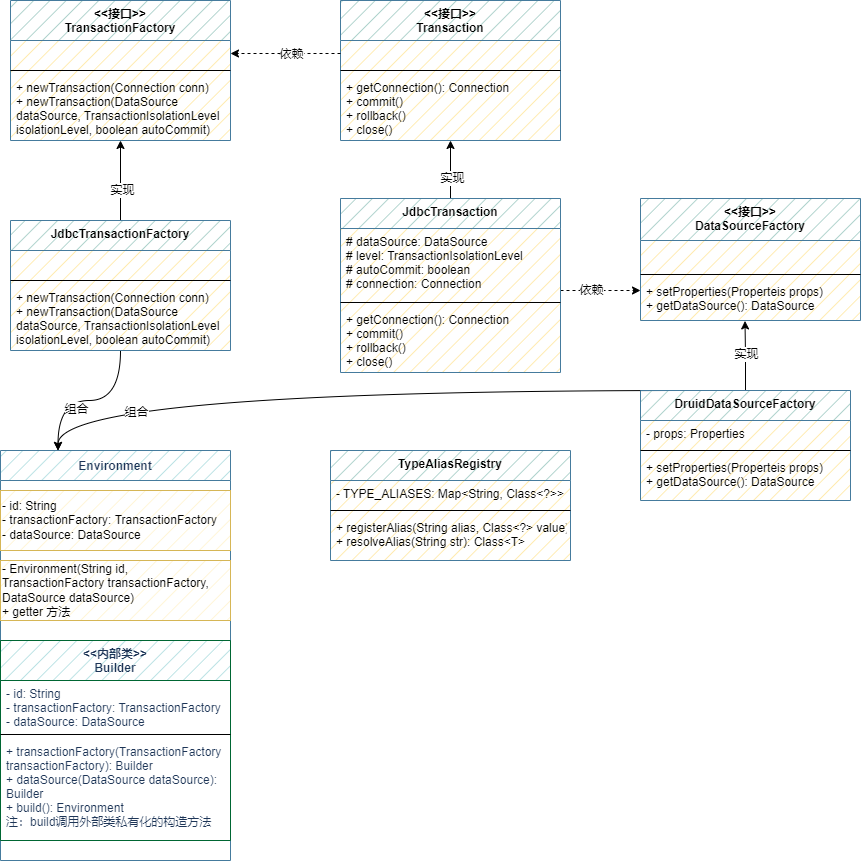
The draw.io diagram wzz-mybatis/mybatis-step04-解析数据源并获取连接.drawio.png in wsxzei/markdown-photos, before a commit. Source tidied: cells renumbered, new cells last; positions are measured from the earlier drawing's top-left corner, leaving out a move shared by most shapes.
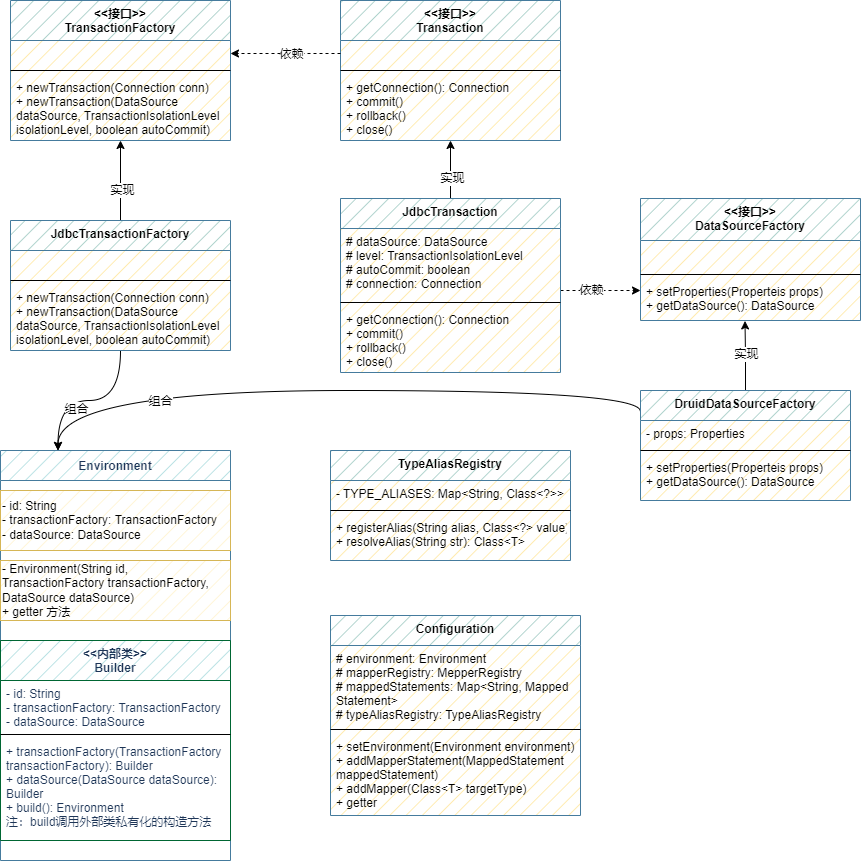
Later version of the same file.

Commit message:
更新mybatis-step04-解析数据源并获取连接.drawio.png

Change to the diagram source:
```diff
@@ -107,15 +107,18 @@
         <mxPoint y="-11" as="offset" />
       </mxGeometry>
     </mxCell>
-    <mxCell id="34" style="edgeStyle=orthogonalEdgeStyle;curved=1;rounded=0;jettySize=auto;html=1;exitX=0.25;exitY=0;exitDx=0;exitDy=0;entryX=0.25;entryY=0;entryDx=0;entryDy=0;" parent="1" edge="1" source="36" target="40">
+    <mxCell id="34" style="edgeStyle=orthogonalEdgeStyle;curved=1;rounded=0;jettySize=auto;html=1;exitX=-0.001;exitY=0.189;exitDx=0;exitDy=0;entryX=0.25;entryY=0;entryDx=0;entryDy=0;exitPerimeter=0;" parent="1" edge="1" source="36" target="40">
       <mxGeometry relative="1" as="geometry">
         <Array as="points">
+          <mxPoint x="640" y="390" />
           <mxPoint x="58" y="390" />
         </Array>
       </mxGeometry>
     </mxCell>
     <mxCell id="35" value="组合" style="edgeLabel;html=1;align=center;verticalAlign=middle;" parent="34" vertex="1">
-      <mxGeometry x="0.6" y="21" relative="1" as="geometry" />
+      <mxGeometry x="0.6" y="21" relative="1" as="geometry">
+        <mxPoint x="31" y="-11" as="offset" />
+      </mxGeometry>
     </mxCell>
     <mxCell id="36" value="DruidDataSourceFactory" style="swimlane;fontStyle=1;align=center;verticalAlign=top;horizontal=1;startSize=30;gradientColor=none;swimlaneFillColor=#FFE599;fillStyle=hatch;fillColor=#9AC7BF;strokeColor=#457B9D;" parent="1" vertex="1">
       <mxGeometry x="640" y="390" width="210" height="110" as="geometry" />
@@ -162,5 +165,17 @@
     <mxCell id="50" value="+ registerAlias(String alias, Class&lt;?&gt; value)&#10;+ resolveAlias(String str): Class&lt;T&gt;" style="text;strokeColor=none;fillColor=none;align=left;verticalAlign=top;spacingLeft=4;spacingRight=4;overflow=hidden;" parent="47" vertex="1">
       <mxGeometry y="64" width="240" height="46" as="geometry" />
     </mxCell>
+    <mxCell id="51" value="Configuration" style="swimlane;fontStyle=1;align=center;verticalAlign=top;horizontal=1;startSize=30;gradientColor=none;swimlaneFillColor=#FFE599;fillStyle=hatch;fillColor=#9AC7BF;strokeColor=#457B9D;" parent="1" vertex="1">
+      <mxGeometry x="330" y="615" width="250" height="200" as="geometry" />
+    </mxCell>
+    <mxCell id="52" value="# environment: Environment&#10;# mapperRegistry: MepperRegistry&#10;# mappedStatements: Map&lt;String, Mapped&#10;Statement&gt;&#10;# typeAliasRegistry: TypeAliasRegistry" style="text;strokeColor=none;fillColor=none;align=left;verticalAlign=top;spacingLeft=4;spacingRight=4;overflow=hidden;" parent="51" vertex="1">
+      <mxGeometry y="30" width="250" height="80" as="geometry" />
+    </mxCell>
+    <mxCell id="53" style="line;strokeWidth=1;fillColor=none;align=left;verticalAlign=middle;spacingTop=-1;spacingLeft=3;spacingRight=3;labelPosition=right;" parent="51" vertex="1">
+      <mxGeometry y="110" width="250" height="8" as="geometry" />
+    </mxCell>
+    <mxCell id="54" value="+ setEnvironment(Environment environment)&#10;+ addMapperStatement(MappedStatement &#10;mappedStatement)&#10;+ addMapper(Class&lt;T&gt; targetType)&#10;+ getter" style="text;strokeColor=none;fillColor=none;align=left;verticalAlign=top;spacingLeft=4;spacingRight=4;overflow=hidden;" parent="51" vertex="1">
+      <mxGeometry y="118" width="250" height="82" as="geometry" />
+    </mxCell>
   </root>
 </mxGraphModel>
```
